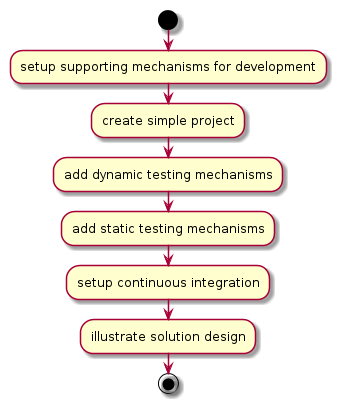
Before: documentation/process-so-we-can-start-implementation.png, a diagram exported from PlantUML (svo/role-based-access-control). The source it was exported from:
```plantuml
@startuml

start

:setup supporting mechanisms for development;
:create simple project;
:add dynamic testing mechanisms;
:add static testing mechanisms;
:setup continuous integration;
:illustrate solution design;

stop

@enduml
```
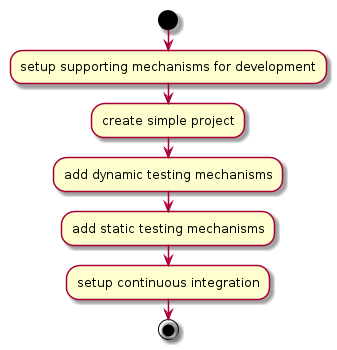
After the change.

Commit message:
Updates to process System of Work activity diagram

What changed in the source:
```diff
@@ -7,7 +7,6 @@
 :add dynamic testing mechanisms;
 :add static testing mechanisms;
 :setup continuous integration;
-:illustrate solution design;
 
 stop
 
```
